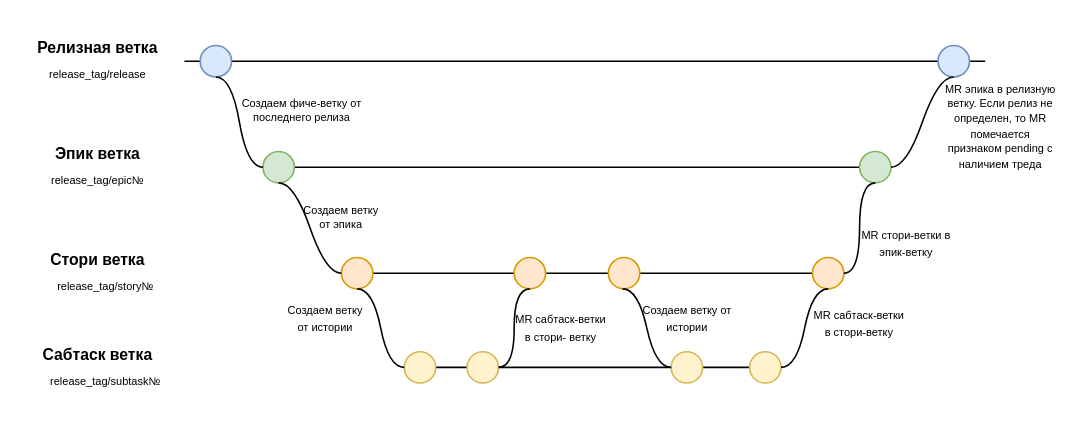
This is EFA-processes/branches-flow.drawio from effective-group/docs-drawio, a draw.io file, before an edit. Source tidied: cells renumbered, new cells numbered last; positions are measured from the earlier drawing's top-left corner, leaving out a move shared by most shapes. Both pictures are drawn from the tidied source at 157%, with x=0, y=0 at pixel (27, 27).
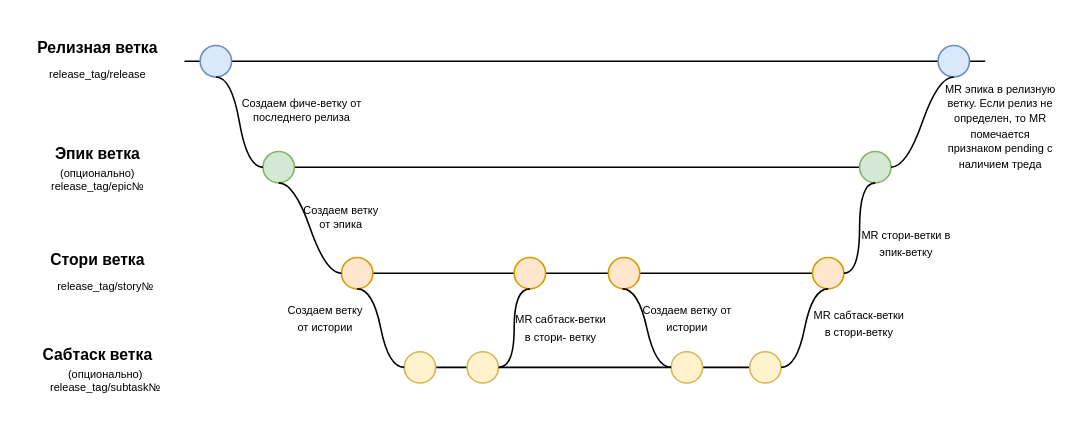
Above is the later version.

What changed in the source:
```diff
@@
-    <mxCell id="8" value="release_tag/epic№" style="text;align=center;fontStyle=0;verticalAlign=middle;spacingLeft=3;spacingRight=3;strokeColor=none;fontSize=7;" parent="1" vertex="1">
+    <mxCell id="8" value="(опционально)&#10;release_tag/epic№" style="text;align=center;fontStyle=0;verticalAlign=middle;spacingLeft=3;spacingRight=3;strokeColor=none;fontSize=7;" parent="1" vertex="1">
       <mxGeometry x="20" y="84.5" width="50" height="26" as="geometry" />
     </mxCell>
@@
-    <mxCell id="14" value="release_tag/subtask№" style="text;align=center;fontStyle=0;verticalAlign=middle;spacingLeft=3;spacingRight=3;strokeColor=none;fontSize=7;" parent="1" vertex="1">
+    <mxCell id="14" value="(опционально)&#10;release_tag/subtask№" style="text;align=center;fontStyle=0;verticalAlign=middle;spacingLeft=3;spacingRight=3;strokeColor=none;fontSize=7;" parent="1" vertex="1">
       <mxGeometry x="25" y="212.5" width="50" height="26" as="geometry" />
     </mxCell>
```
